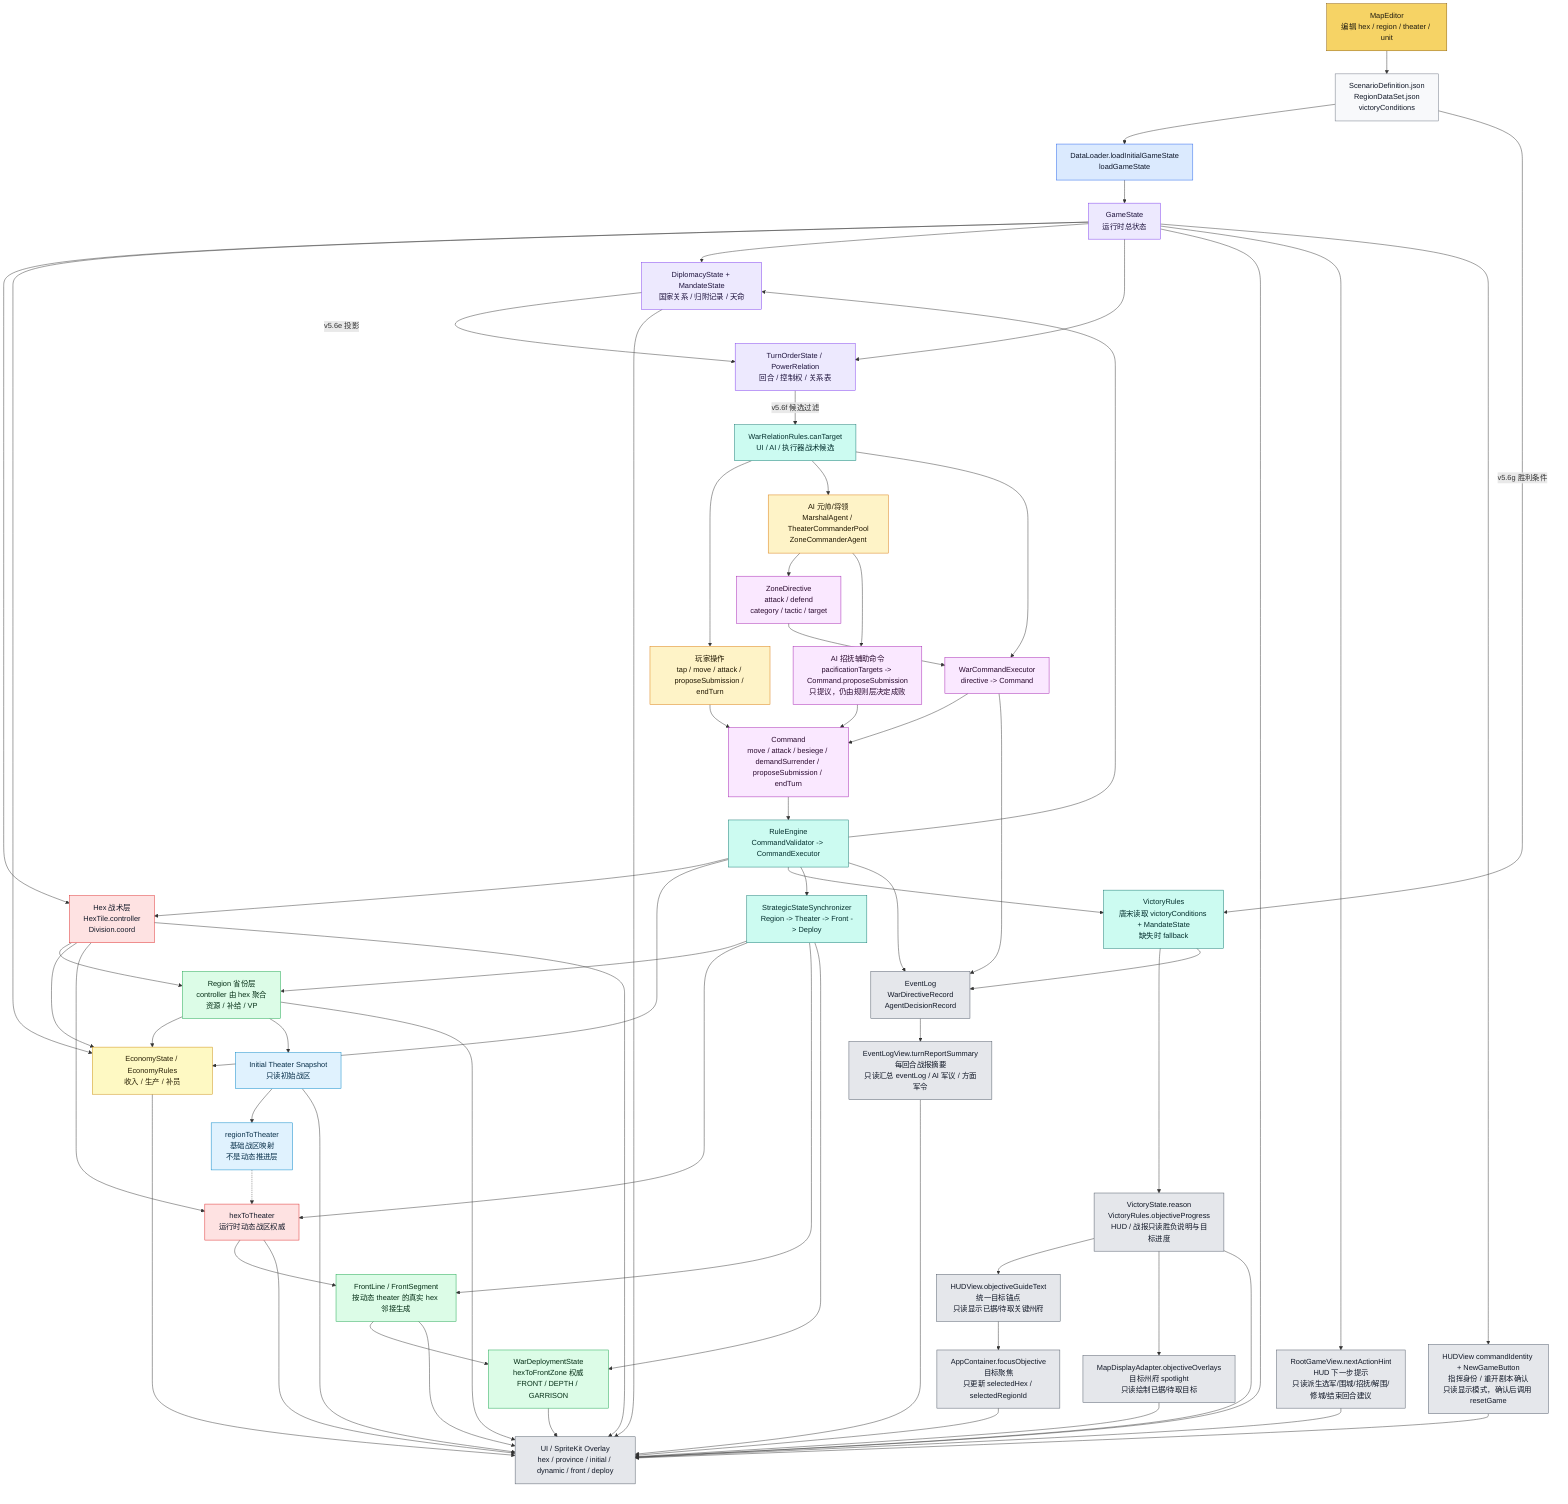
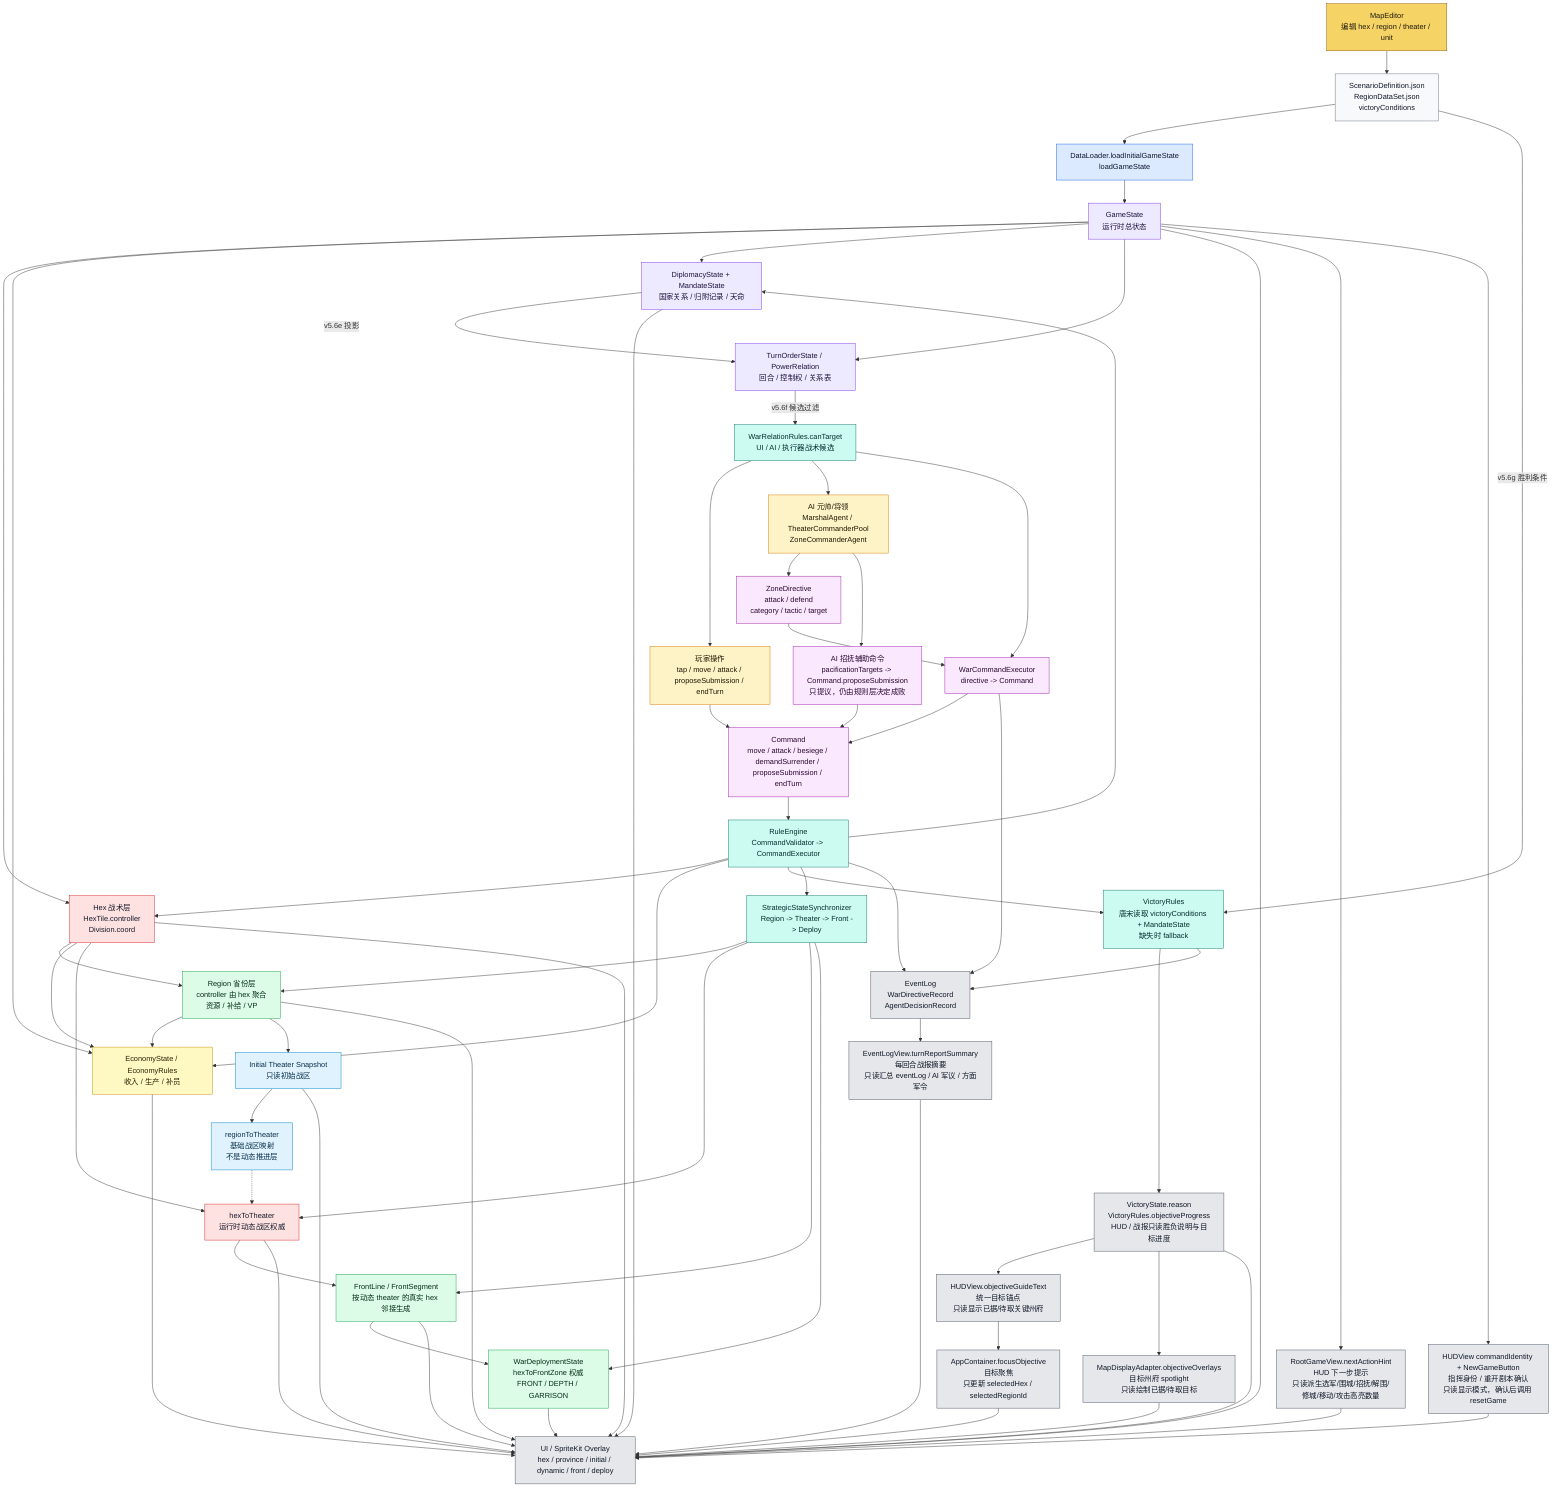
flowchart TD
    ME["MapEditor<br/>编辑 hex / region / theater / unit"]:::editor
    JSON["ScenarioDefinition.json<br/>RegionDataSet.json<br/>victoryConditions"]:::data
    DL["DataLoader.loadInitialGameState<br/>loadGameState"]:::loader
    GS["GameState<br/>运行时总状态"]:::state

    HEX["Hex 战术层<br/>HexTile.controller<br/>Division.coord"]:::authority
    REGION["Region 省份层<br/>controller 由 hex 聚合<br/>资源 / 补给 / VP"]:::derived
    INIT["Initial Theater Snapshot<br/>只读初始战区"]:::snapshot
    R2T["regionToTheater<br/>基础战区映射<br/>不是动态推进层"]:::snapshot
    H2T["hexToTheater<br/>运行时动态战区权威"]:::authority
    FRONT["FrontLine / FrontSegment<br/>按动态 theater 的真实 hex 邻接生成"]:::derived
    DEPLOY["WarDeploymentState<br/>hexToFrontZone 权威<br/>FRONT / DEPTH / GARRISON"]:::derived
    ECO["EconomyState / EconomyRules<br/>收入 / 生产 / 补员"]:::economy
    DIP["DiplomacyState + MandateState<br/>国家关系 / 归附记录 / 天命"]:::state
    TURN["TurnOrderState / PowerRelation<br/>回合 / 控制权 / 关系表"]:::state
    RELCAND["WarRelationRules.canTarget<br/>UI / AI / 执行器战术候选"]:::rules
    VICT["VictoryRules<br/>唐宋读取 victoryConditions + MandateState<br/>缺失时 fallback"]:::rules
    VICTEXT["VictoryState.reason<br/>VictoryRules.objectiveProgress<br/>HUD / 战报只读胜负说明与目标进度"]:::ui
    GOAL["HUDView.objectiveGuideText<br/>统一目标锚点<br/>只读显示已据/待取关键州府"]:::ui
    FOCUS["AppContainer.focusObjective<br/>目标聚焦<br/>只更新 selectedHex / selectedRegionId"]:::ui
    SPOTLIGHT["MapDisplayAdapter.objectiveOverlays<br/>目标州府 spotlight<br/>只读绘制已据/待取目标"]:::ui
    TURNREPORT["EventLogView.turnReportSummary<br/>每回合战报摘要<br/>只读汇总 eventLog / AI 军议 / 方面军令"]:::ui
    SESSIONHUD["HUDView commandIdentity + NewGameButton<br/>指挥身份 / 重开剧本确认<br/>只读显示模式，确认后调用 resetGame"]:::ui
-     HINT["RootGameView.nextActionHint<br/>HUD 下一步提示<br/>只读派生选军/围城/招抚/解围/修城/结束回合建议"]:::ui
+     HINT["RootGameView.nextActionHint<br/>HUD 下一步提示<br/>只读派生选军/围城/招抚/解围/修城/移动/攻击高亮数量"]:::ui

    PLAYER["玩家操作<br/>tap / move / attack / proposeSubmission / endTurn"]:::input
    AI["AI 元帅/将领<br/>MarshalAgent / TheaterCommanderPool<br/>ZoneCommanderAgent"]:::input
    AIPAC["AI 招抚辅助命令<br/>pacificationTargets -> Command.proposeSubmission<br/>只提议，仍由规则层决定成败"]:::command
    ZD["ZoneDirective<br/>attack / defend<br/>category / tactic / target"]:::command
    WCE["WarCommandExecutor<br/>directive -> Command"]:::command
    CMD["Command<br/>move / attack / besiege / demandSurrender / proposeSubmission / endTurn"]:::command
    RE["RuleEngine<br/>CommandValidator -> CommandExecutor"]:::rules
    SYNC["StrategicStateSynchronizer<br/>Region -> Theater -> Front -> Deploy"]:::rules

    UI["UI / SpriteKit Overlay<br/>hex / province / initial / dynamic / front / deploy"]:::ui
    LOG["EventLog<br/>WarDirectiveRecord<br/>AgentDecisionRecord"]:::ui

    ME --> JSON --> DL --> GS
    GS --> HEX
    HEX --> REGION
    HEX --> ECO
    REGION --> ECO
    REGION --> INIT
    INIT --> R2T
    R2T -.-> H2T
    HEX --> H2T
    H2T --> FRONT --> DEPLOY
    GS --> ECO
    GS --> DIP
    GS --> TURN
    DIP -->|v5.6e 投影| TURN
    TURN -->|v5.6f 候选过滤| RELCAND
    JSON -->|v5.6g 胜利条件| VICT

    PLAYER --> CMD
    RELCAND --> PLAYER
    RELCAND --> AI
    RELCAND --> WCE
    AI --> ZD --> WCE --> CMD
    AI --> AIPAC --> CMD
    CMD --> RE --> HEX
    RE --> ECO
    RE --> DIP
    RE --> VICT
    RE --> SYNC
    SYNC --> REGION
    SYNC --> H2T
    SYNC --> FRONT
    SYNC --> DEPLOY

    GS --> UI
    GS --> HINT --> UI
    GS --> SESSIONHUD --> UI
    VICTEXT --> GOAL --> FOCUS --> UI
    VICTEXT --> SPOTLIGHT --> UI
    HEX --> UI
    REGION --> UI
    INIT --> UI
    H2T --> UI
    FRONT --> UI
    DEPLOY --> UI
    ECO --> UI
    DIP --> UI
    VICT --> VICTEXT --> UI
    RE --> LOG
    VICT --> LOG
    WCE --> LOG
    LOG --> TURNREPORT --> UI

    classDef editor fill:#f6d365,stroke:#8a5a00,color:#1f1b10
    classDef data fill:#f8f9fb,stroke:#6b7280,color:#111827
    classDef loader fill:#dbeafe,stroke:#2563eb,color:#0f172a
    classDef state fill:#ede9fe,stroke:#7c3aed,color:#1f143d
    classDef authority fill:#fee2e2,stroke:#dc2626,color:#111827
    classDef derived fill:#dcfce7,stroke:#16a34a,color:#052e16
    classDef snapshot fill:#e0f2fe,stroke:#0284c7,color:#082f49
    classDef input fill:#fef3c7,stroke:#d97706,color:#1f1600
    classDef economy fill:#fef9c3,stroke:#ca8a04,color:#292107
    classDef command fill:#fae8ff,stroke:#a21caf,color:#2a0a2f
    classDef rules fill:#ccfbf1,stroke:#0f766e,color:#042f2e
    classDef ui fill:#e5e7eb,stroke:#4b5563,color:#111827
